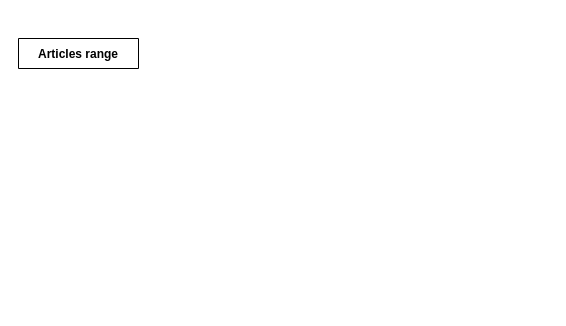
saadsgh123/learn keeps this draw.io diagram as Diagramme sans nom.drawio. Above is the earlier version. Source tidied: cells renumbered, new cells numbered last; positions are measured from the earlier drawing's top-left corner, leaving out a move shared by most shapes. Both pictures are drawn from the tidied source at 100%, with x=0, y=0 at pixel (18, 38).
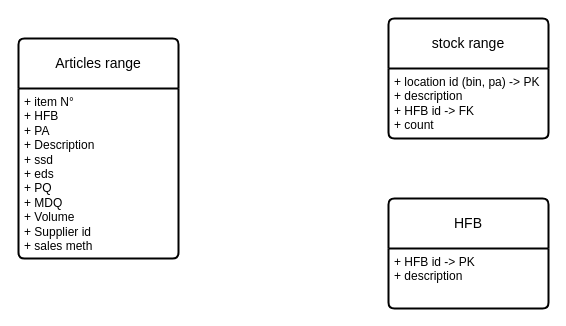
Above is the later version.

What changed in the source:
```diff
@@
 <mxGraphModel>
   <root>
     <mxCell id="0" />
     <mxCell id="1" parent="0" />
-    <mxCell id="2" value="Articles range" style="shape=table;startSize=30;childLayout=tableLayout;rowLines=0;fontStyle=1;align=center;" parent="1" vertex="1" collapsed="1">
-      <mxGeometry width="120" height="30" as="geometry" />
+    <mxCell id="2" value="Articles range" style="swimlane;horizontal=1;startSize=50;rounded=1;fontSize=14;fontStyle=0;strokeWidth=2;shadow=0;dashed=0;align=center;arcSize=4;whiteSpace=wrap;html=1;" parent="1" vertex="1">
+      <mxGeometry width="160" height="220" as="geometry" />
     </mxCell>
+    <mxCell id="3" value="+ item N°&lt;div&gt;+ HFB&lt;/div&gt;&lt;div&gt;+ PA&lt;/div&gt;&lt;div&gt;+ Description&lt;/div&gt;&lt;div&gt;+ ssd&lt;/div&gt;&lt;div&gt;+ eds&lt;/div&gt;&lt;div&gt;+ PQ&lt;/div&gt;&lt;div&gt;+ MDQ&lt;/div&gt;&lt;div&gt;+ Volume&lt;/div&gt;&lt;div&gt;+ Supplier id&lt;/div&gt;&lt;div&gt;+ sales meth&lt;br&gt;&lt;/div&gt;" style="align=left;strokeColor=none;fillColor=none;spacingLeft=4;fontSize=12;verticalAlign=top;html=1;" parent="2" vertex="1">
+      <mxGeometry y="50" width="160" height="170" as="geometry" />
+    </mxCell>
+    <mxCell id="4" value="stock range" style="swimlane;horizontal=1;startSize=50;rounded=1;fontSize=14;fontStyle=0;strokeWidth=2;shadow=0;dashed=0;align=center;arcSize=4;whiteSpace=wrap;html=1;" parent="1" vertex="1">
+      <mxGeometry x="370" y="-20" width="160" height="120" as="geometry" />
+    </mxCell>
+    <mxCell id="5" value="+ location id (bin, pa) -&amp;gt; PK&lt;div&gt;+ description&lt;br&gt;&lt;div&gt;+ HFB id -&amp;gt; FK&lt;/div&gt;&lt;div&gt;+ count&lt;/div&gt;&lt;/div&gt;" style="align=left;strokeColor=none;fillColor=none;spacingLeft=4;fontSize=12;verticalAlign=top;html=1;" parent="4" vertex="1">
+      <mxGeometry y="50" width="160" height="70" as="geometry" />
+    </mxCell>
+    <mxCell id="6" value="HFB" style="swimlane;horizontal=1;startSize=50;rounded=1;fontSize=14;fontStyle=0;strokeWidth=2;shadow=0;dashed=0;align=center;arcSize=4;whiteSpace=wrap;html=1;" parent="1" vertex="1">
+      <mxGeometry x="370" y="160" width="160" height="110" as="geometry" />
+    </mxCell>
+    <mxCell id="7" value="+ HFB id -&amp;gt; PK&lt;div&gt;+ description&lt;/div&gt;" style="align=left;strokeColor=none;fillColor=none;spacingLeft=4;fontSize=12;verticalAlign=top;html=1;" parent="6" vertex="1">
+      <mxGeometry y="50" width="160" height="60" as="geometry" />
+    </mxCell>
   </root>
 </mxGraphModel>
```
